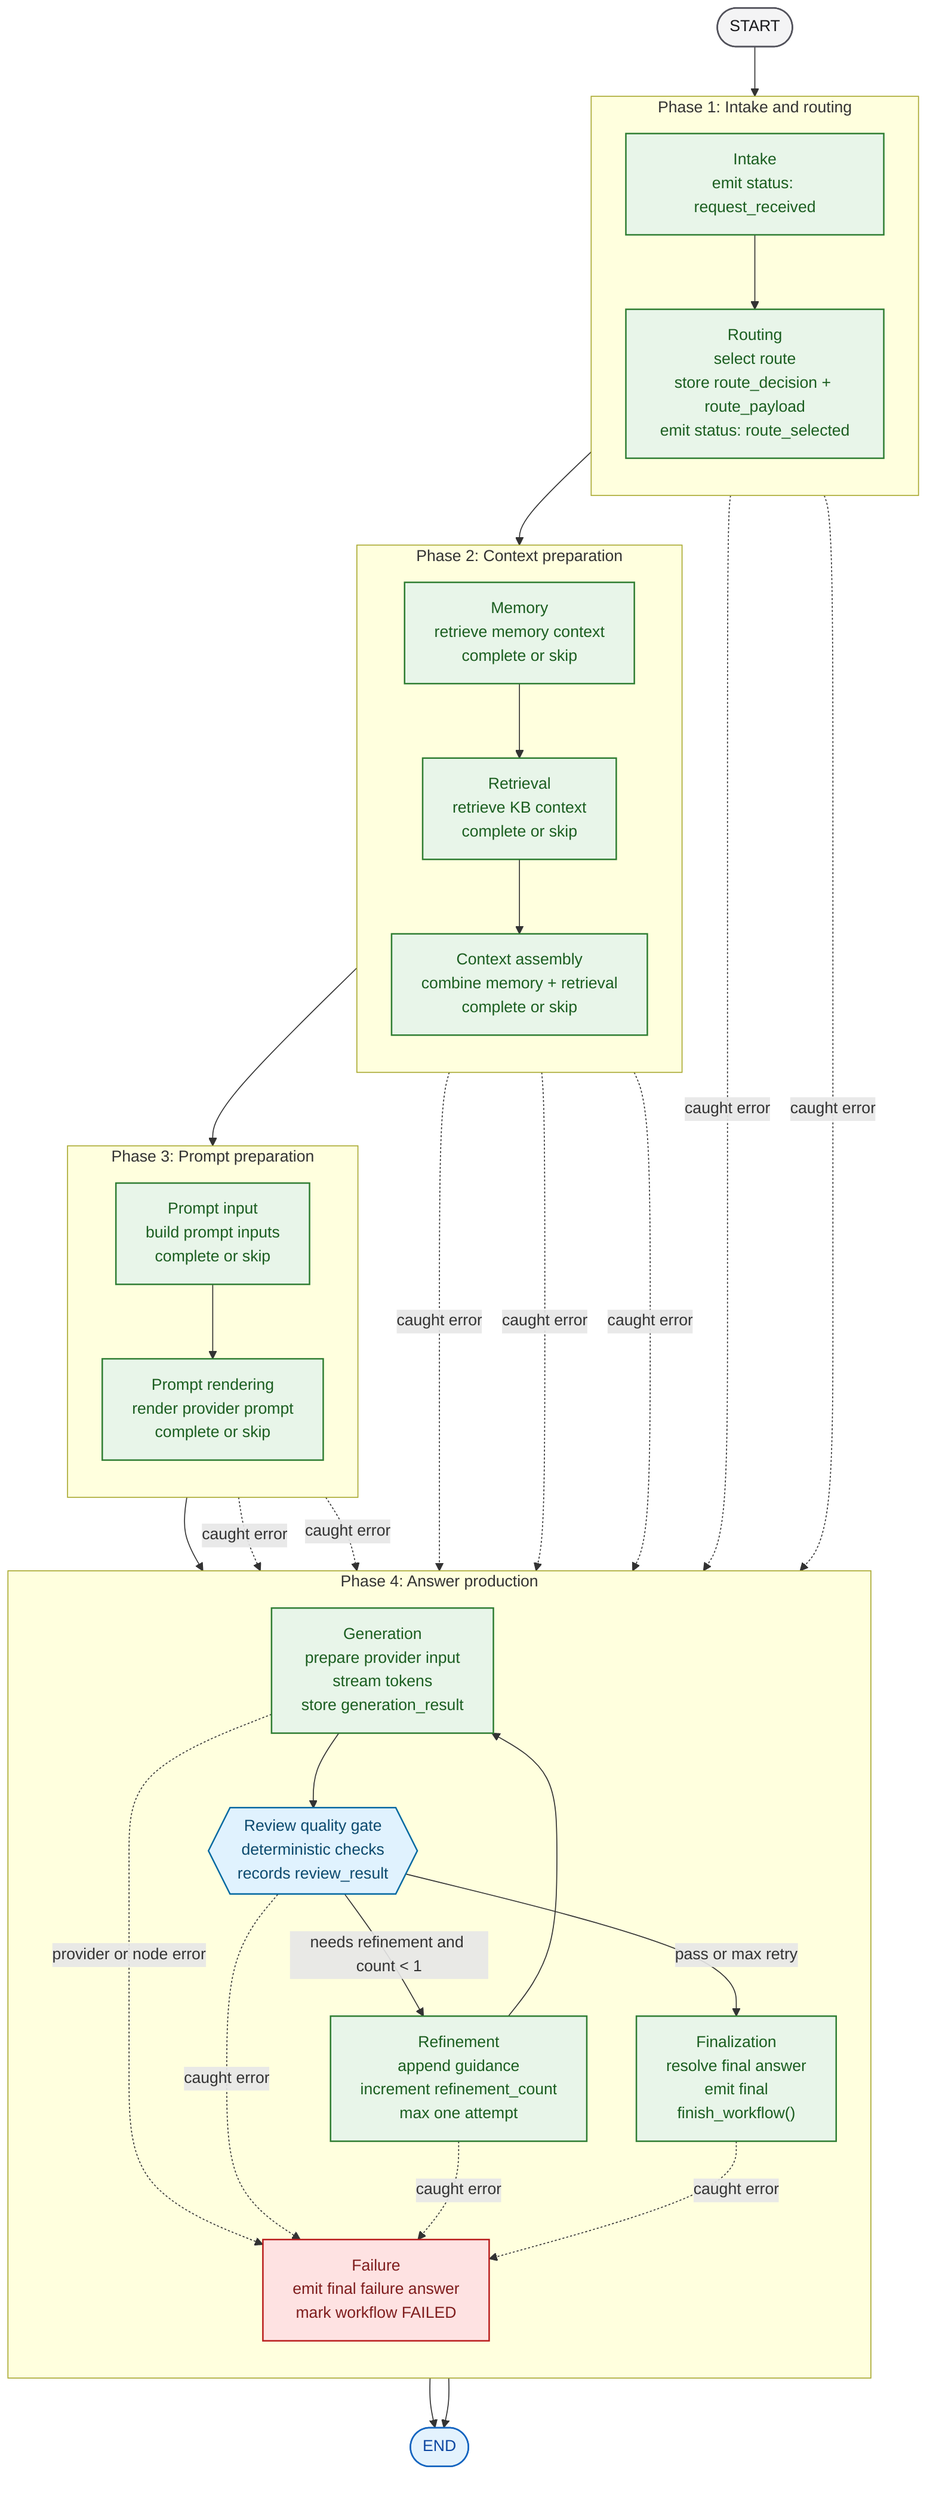
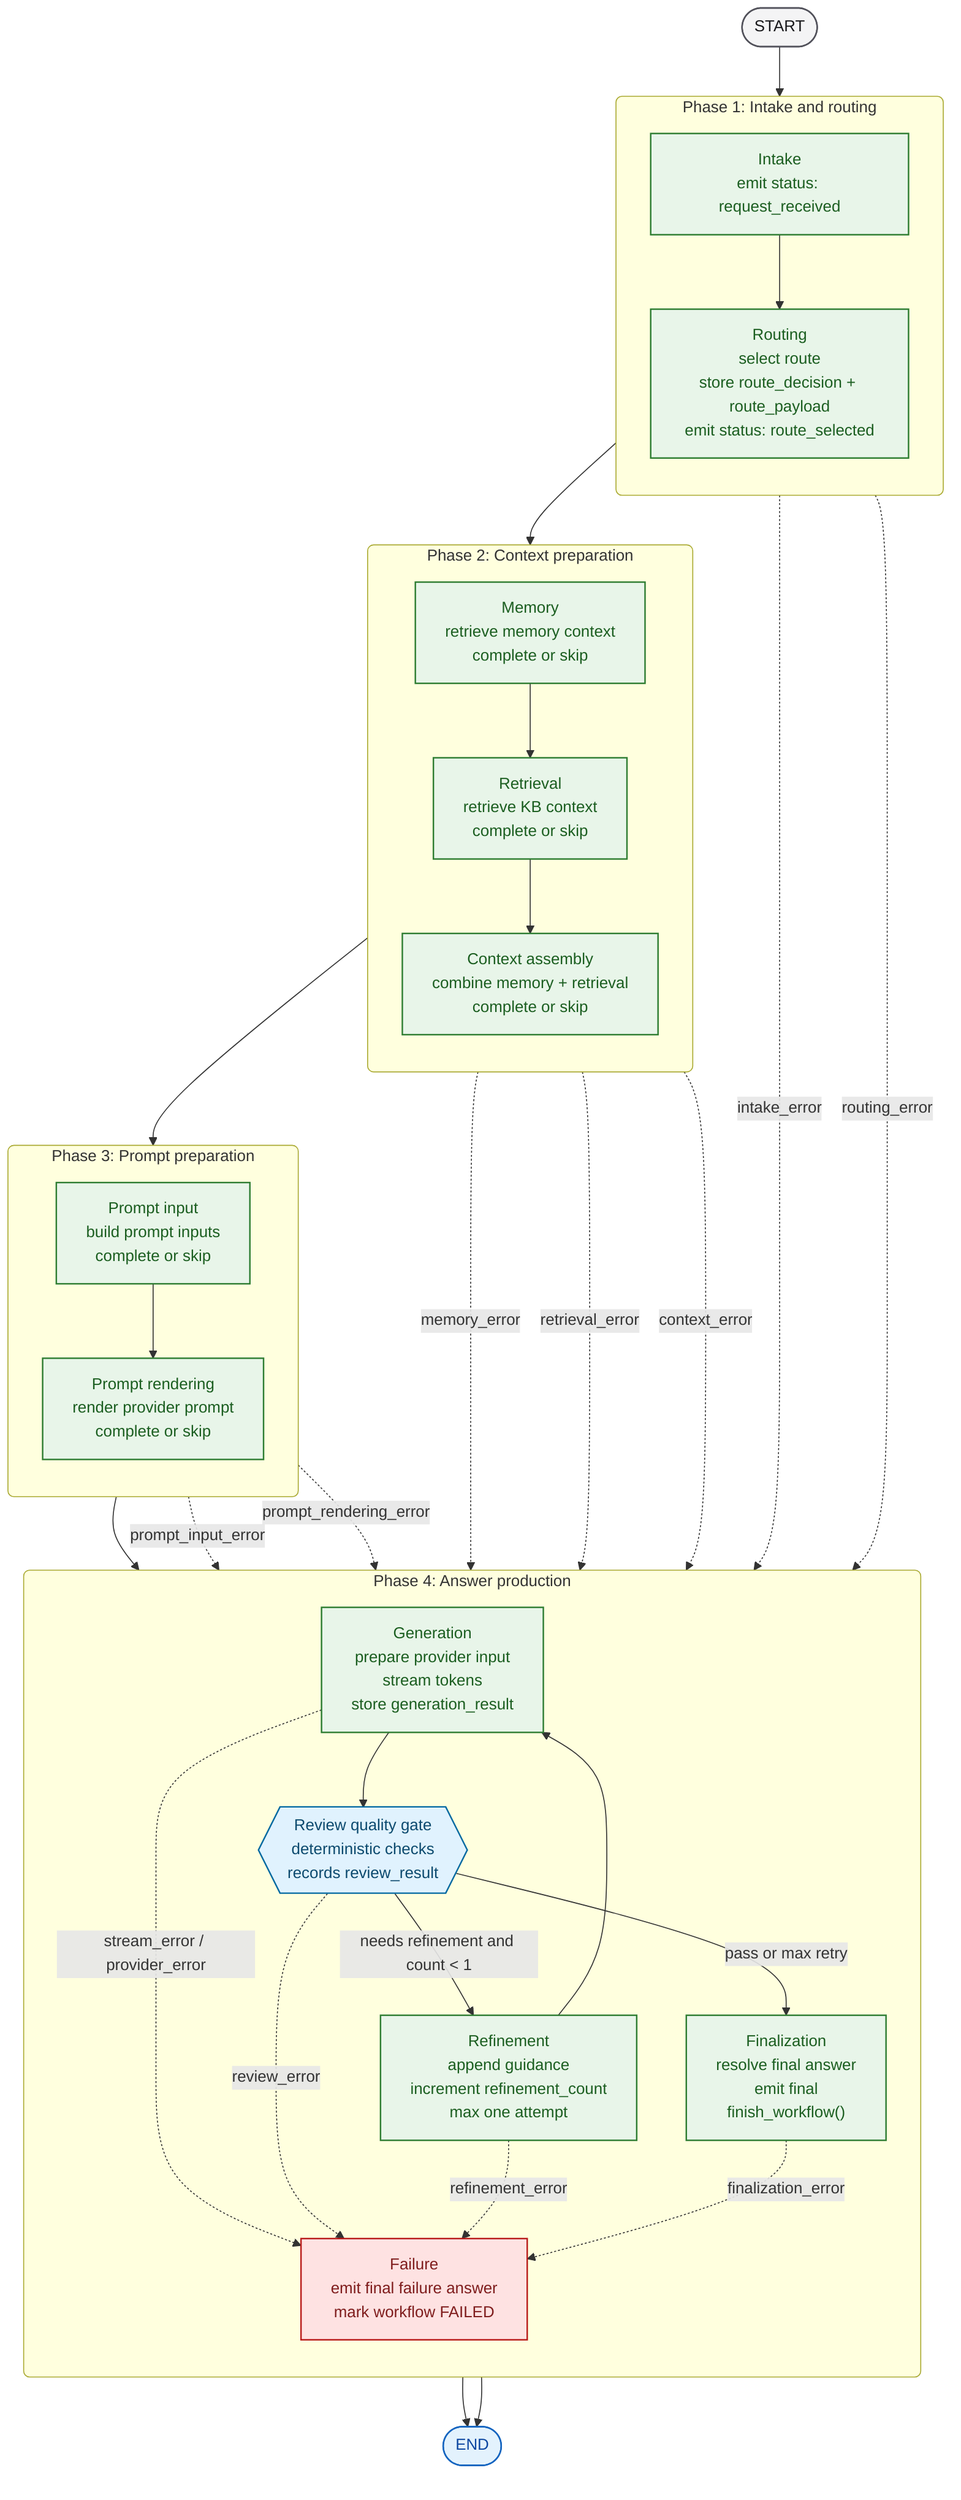
flowchart TB
    classDef boundary fill:#F4F4F5,stroke:#52525B,color:#18181B,stroke-width:1.5px;
    classDef implemented fill:#E8F5E9,stroke:#2E7D32,color:#1B5E20,stroke-width:1.5px;
    classDef gate fill:#E0F2FE,stroke:#0369A1,color:#0C4A6E,stroke-width:1.5px;
    classDef failure fill:#FEE2E2,stroke:#B91C1C,color:#7F1D1D,stroke-width:1.5px;
    classDef terminal fill:#E3F2FD,stroke:#1565C0,color:#0D47A1,stroke-width:1.5px;

    start([START])
    finish([END])

    subgraph phase_1["Phase 1: Intake and routing"]
        direction TB
        intake["Intake<br/>emit status: request_received"]
        routing["Routing<br/>select route<br/>store route_decision + route_payload<br/>emit status: route_selected"]
    end

    subgraph phase_2["Phase 2: Context preparation"]
        direction TB
        memory["Memory<br/>retrieve memory context<br/>complete or skip"]
        retrieval["Retrieval<br/>retrieve KB context<br/>complete or skip"]
        context_assembly["Context assembly<br/>combine memory + retrieval<br/>complete or skip"]
    end

    subgraph phase_3["Phase 3: Prompt preparation"]
        direction TB
        prompt_input["Prompt input<br/>build prompt inputs<br/>complete or skip"]
        prompt_rendering["Prompt rendering<br/>render provider prompt<br/>complete or skip"]
    end

    subgraph phase_4["Phase 4: Answer production"]
        direction TB
        generation["Generation<br/>prepare provider input<br/>stream tokens<br/>store generation_result"]
        review{{"Review quality gate<br/>deterministic checks<br/>records review_result"}}
        refinement["Refinement<br/>append guidance<br/>increment refinement_count<br/>max one attempt"]
        finalization["Finalization<br/>resolve final answer<br/>emit final<br/>finish_workflow()"]
        failure["Failure<br/>emit final failure answer<br/>mark workflow FAILED"]
    end

    start --> intake --> routing --> memory --> retrieval --> context_assembly --> prompt_input --> prompt_rendering --> generation --> review
    review -->|"pass or max retry"| finalization --> finish
    review -->|"needs refinement and count < 1"| refinement --> generation
-     intake -. caught error .-> failure
-     routing -. caught error .-> failure
-     memory -. caught error .-> failure
-     retrieval -. caught error .-> failure
-     context_assembly -. caught error .-> failure
-     prompt_input -. caught error .-> failure
-     prompt_rendering -. caught error .-> failure
-     generation -. provider or node error .-> failure
-     review -. caught error .-> failure
-     refinement -. caught error .-> failure
-     finalization -. caught error .-> failure
+     intake -. intake_error .-> failure
+     routing -. routing_error .-> failure
+     memory -. memory_error .-> failure
+     retrieval -. retrieval_error .-> failure
+     context_assembly -. context_error .-> failure
+     prompt_input -. prompt_input_error .-> failure
+     prompt_rendering -. prompt_rendering_error .-> failure
+     generation -. stream_error / provider_error .-> failure
+     review -. review_error .-> failure
+     refinement -. refinement_error .-> failure
+     finalization -. finalization_error .-> failure
    failure --> finish

    class start boundary
    class finish terminal
    class intake,routing,memory,retrieval,context_assembly,prompt_input,prompt_rendering,generation,refinement,finalization implemented
    class review gate
    class failure failure
+     style phase_1 rx:6px,ry:6px
+     style phase_2 rx:6px,ry:6px
+     style phase_3 rx:6px,ry:6px
+     style phase_4 rx:6px,ry:6px
